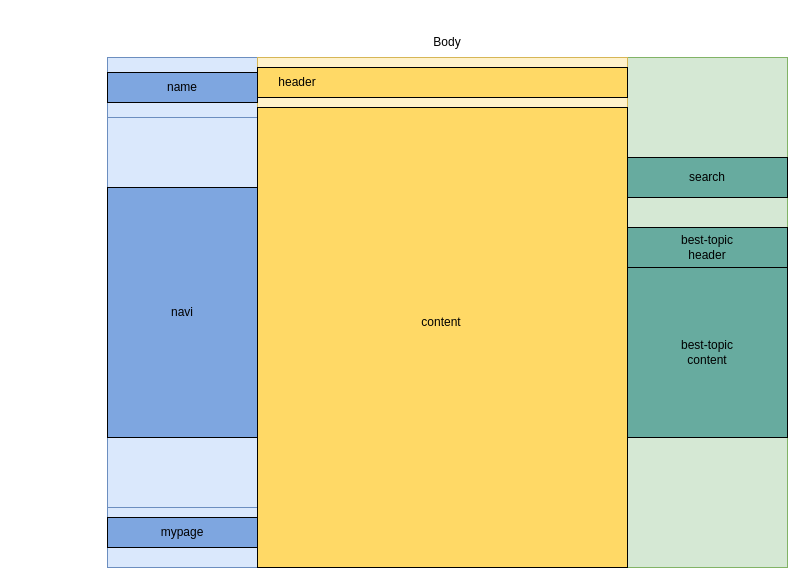
Above: HelloWorld_layout.drawio in bbosirraegi/HelloWorld (draw.io), before the change. Source tidied: cells renumbered, new cells numbered last; positions are measured from the earlier drawing's top-left corner, leaving out a move shared by most shapes. Both pictures are drawn from the tidied source at 100%, with x=0, y=0 at pixel (107, 27).
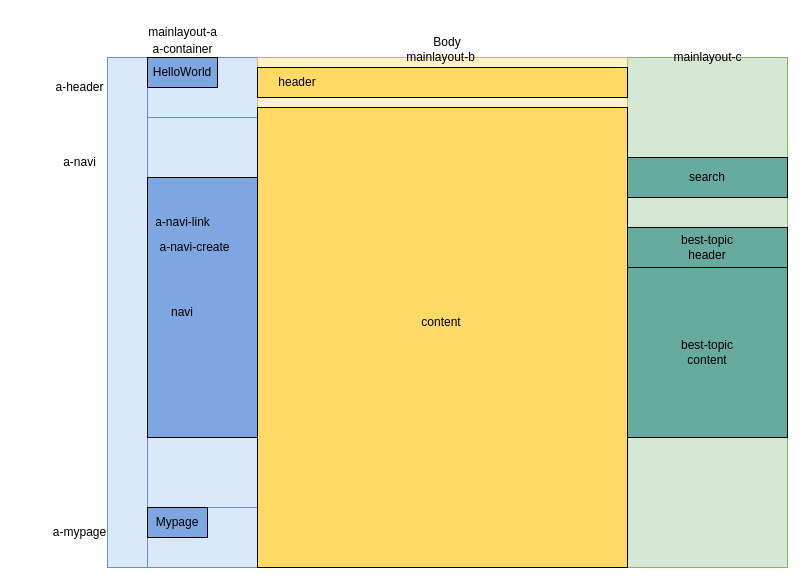
The same page after the edit.

The edit, as a diff of the source:
```diff
@@
     <mxCell id="7" style="rounded=0;whiteSpace=wrap;html=1;fillColor=#dae8fc;strokeColor=#6c8ebf;" parent="1" vertex="1">
-      <mxGeometry y="30" width="150" height="60" as="geometry" />
+      <mxGeometry x="40" y="30" width="110" height="60" as="geometry" />
     </mxCell>
     <mxCell id="8" style="rounded=0;whiteSpace=wrap;html=1;fillColor=#dae8fc;strokeColor=#6c8ebf;" parent="1" vertex="1">
-      <mxGeometry y="480" width="150" height="60" as="geometry" />
+      <mxGeometry x="40" y="480" width="110" height="60" as="geometry" />
     </mxCell>
     <mxCell id="9" style="rounded=0;whiteSpace=wrap;html=1;fillColor=#dae8fc;strokeColor=#6c8ebf;" parent="1" vertex="1">
-      <mxGeometry y="90" width="150" height="390" as="geometry" />
+      <mxGeometry x="40" y="90" width="110" height="390" as="geometry" />
     </mxCell>
@@
-    <mxCell id="18" style="rounded=0;whiteSpace=wrap;html=1;fillColor=#7EA6E0;strokeColor=#000000;" parent="1" vertex="1">
-      <mxGeometry y="45" width="150" height="30" as="geometry" />
-    </mxCell>
-    <mxCell id="19" value="name" style="text;html=1;strokeColor=none;fillColor=none;align=center;verticalAlign=middle;whiteSpace=wrap;rounded=0;" parent="1" vertex="1">
-      <mxGeometry x="45" y="45" width="60" height="30" as="geometry" />
-    </mxCell>
     <mxCell id="20" style="rounded=0;whiteSpace=wrap;html=1;fillColor=#7EA6E0;strokeColor=#000000;" parent="1" vertex="1">
-      <mxGeometry y="160" width="150" height="250" as="geometry" />
+      <mxGeometry x="40" y="150" width="110" height="260" as="geometry" />
     </mxCell>
@@
-    <mxCell id="22" style="rounded=0;whiteSpace=wrap;html=1;fillColor=#7EA6E0;strokeColor=#000000;" parent="1" vertex="1">
-      <mxGeometry y="490" width="150" height="30" as="geometry" />
-    </mxCell>
-    <mxCell id="23" value="mypage" style="text;html=1;strokeColor=none;fillColor=none;align=center;verticalAlign=middle;whiteSpace=wrap;rounded=0;" parent="1" vertex="1">
-      <mxGeometry x="45" y="490" width="60" height="30" as="geometry" />
-    </mxCell>
@@
+    <mxCell id="28" value="mainlayout-a" style="text;html=1;strokeColor=none;fillColor=none;align=center;verticalAlign=middle;whiteSpace=wrap;rounded=0;" parent="1" vertex="1">
+      <mxGeometry x="12.5" y="-10" width="125" height="30" as="geometry" />
+    </mxCell>
+    <mxCell id="29" value="mainlayout-b" style="text;html=1;strokeColor=none;fillColor=none;align=center;verticalAlign=middle;whiteSpace=wrap;rounded=0;" parent="1" vertex="1">
+      <mxGeometry x="271" y="15" width="125" height="30" as="geometry" />
+    </mxCell>
+    <mxCell id="30" value="mainlayout-c" style="text;html=1;strokeColor=none;fillColor=none;align=center;verticalAlign=middle;whiteSpace=wrap;rounded=0;" parent="1" vertex="1">
+      <mxGeometry x="537.5" y="15" width="125" height="30" as="geometry" />
+    </mxCell>
+    <mxCell id="31" value="a-header" style="text;html=1;strokeColor=none;fillColor=none;align=center;verticalAlign=middle;whiteSpace=wrap;rounded=0;" parent="1" vertex="1">
+      <mxGeometry x="-90" y="45" width="125" height="30" as="geometry" />
+    </mxCell>
+    <mxCell id="32" value="a-navi" style="text;html=1;strokeColor=none;fillColor=none;align=center;verticalAlign=middle;whiteSpace=wrap;rounded=0;" parent="1" vertex="1">
+      <mxGeometry x="-90" y="120" width="125" height="30" as="geometry" />
+    </mxCell>
+    <mxCell id="33" value="a-mypage" style="text;html=1;strokeColor=none;fillColor=none;align=center;verticalAlign=middle;whiteSpace=wrap;rounded=0;" parent="1" vertex="1">
+      <mxGeometry x="-90" y="490" width="125" height="30" as="geometry" />
+    </mxCell>
+    <mxCell id="34" value="a-container" style="text;html=1;strokeColor=none;fillColor=none;align=center;verticalAlign=middle;whiteSpace=wrap;rounded=0;" parent="1" vertex="1">
+      <mxGeometry x="12.5" y="7" width="125" height="30" as="geometry" />
+    </mxCell>
+    <mxCell id="35" value="a-navi-link" style="text;html=1;strokeColor=none;fillColor=none;align=center;verticalAlign=middle;whiteSpace=wrap;rounded=0;" parent="1" vertex="1">
+      <mxGeometry x="12.5" y="180" width="125" height="30" as="geometry" />
+    </mxCell>
+    <mxCell id="36" value="a-navi-create" style="text;html=1;strokeColor=none;fillColor=none;align=center;verticalAlign=middle;whiteSpace=wrap;rounded=0;" parent="1" vertex="1">
+      <mxGeometry x="25" y="205" width="125" height="30" as="geometry" />
+    </mxCell>
+    <mxCell id="37" value="HelloWorld" style="rounded=0;whiteSpace=wrap;html=1;fillColor=#7EA6E0;strokeColor=#000000;" parent="1" vertex="1">
+      <mxGeometry x="40" y="30" width="70" height="30" as="geometry" />
+    </mxCell>
+    <mxCell id="38" value="Mypage" style="rounded=0;whiteSpace=wrap;html=1;fillColor=#7EA6E0;strokeColor=#000000;" parent="1" vertex="1">
+      <mxGeometry x="40" y="480" width="60" height="30" as="geometry" />
+    </mxCell>
```
